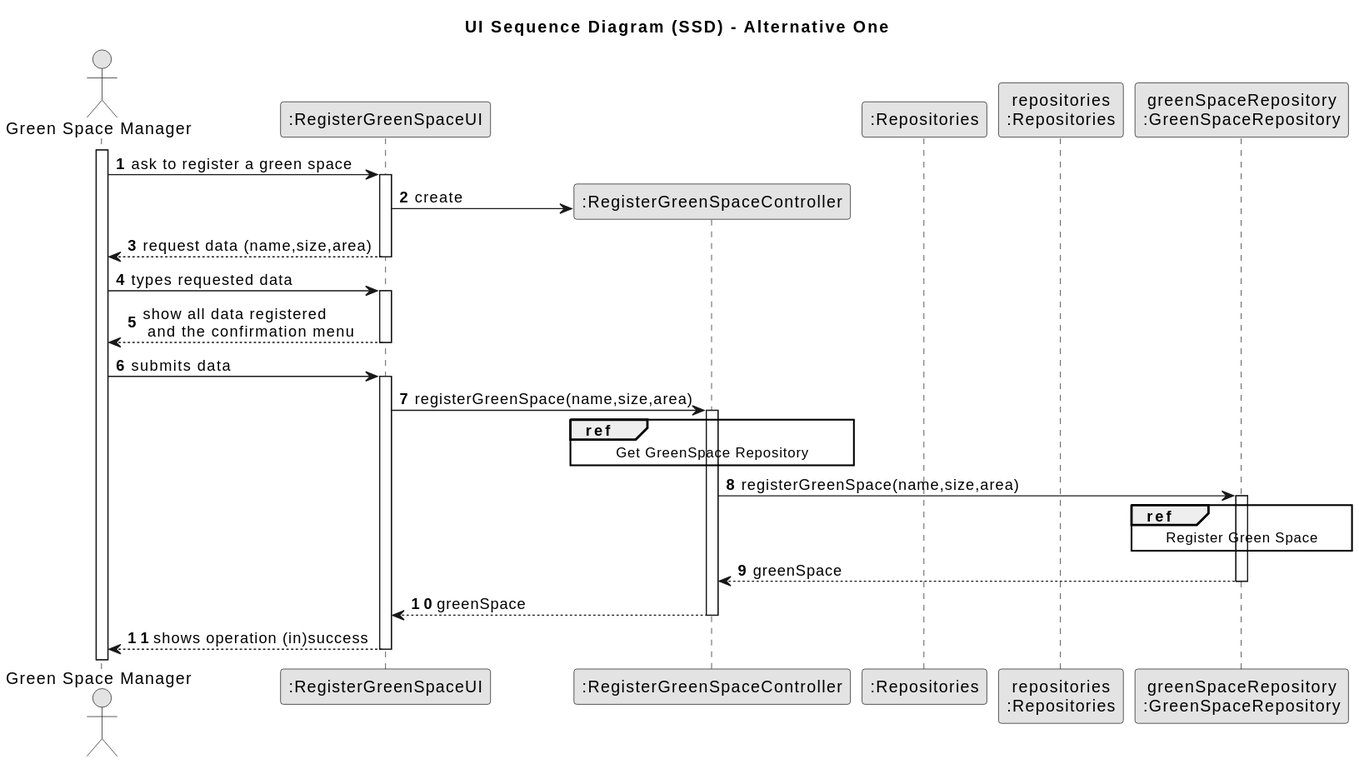
Above: docs/sprintC/us020/03.design/svg/us020-sequence-diagram-split.svg in SAEmanuel/Green_Spaces_Management_ISEP (PlantUML), before the change. Its diagram source:
```plantuml
@startuml
skinparam monochrome true
skinparam packageStyle rectangle
skinparam shadowing false

title UI Sequence Diagram (SSD) - Alternative One

autonumber

actor "Green Space Manager" as Employee
participant ":RegisterGreenSpaceUI" as UI
participant ":RegisterGreenSpaceController" as CTRL
participant ":Repositories" as RepositorySingleton
participant "repositories\n:Repositories" as PLAT
participant "greenSpaceRepository\n:GreenSpaceRepository" as greenSpaceRepository


activate Employee

    Employee -> UI : ask to register a green space
    activate UI

    UI -> CTRL** : create

        UI --> Employee : request data (name,size,area)
    deactivate UI

    Employee -> UI : types requested data

    activate UI

        UI --> Employee : show all data registered\n and the confirmation menu
    deactivate UI

    Employee -> UI : submits data
    activate UI

    UI -> CTRL : registerGreenSpace(name,size,area)
    activate CTRL

    ref over CTRL
    Get GreenSpace Repository
    end ref

    CTRL -> greenSpaceRepository : registerGreenSpace(name,size,area)
    activate greenSpaceRepository


    ref over greenSpaceRepository
    Register Green Space
    end ref



    greenSpaceRepository --> CTRL : greenSpace
    deactivate greenSpaceRepository
    CTRL --> UI : greenSpace
    deactivate CTRL

        UI --> Employee : shows operation (in)success
    deactivate UI
@enduml
```
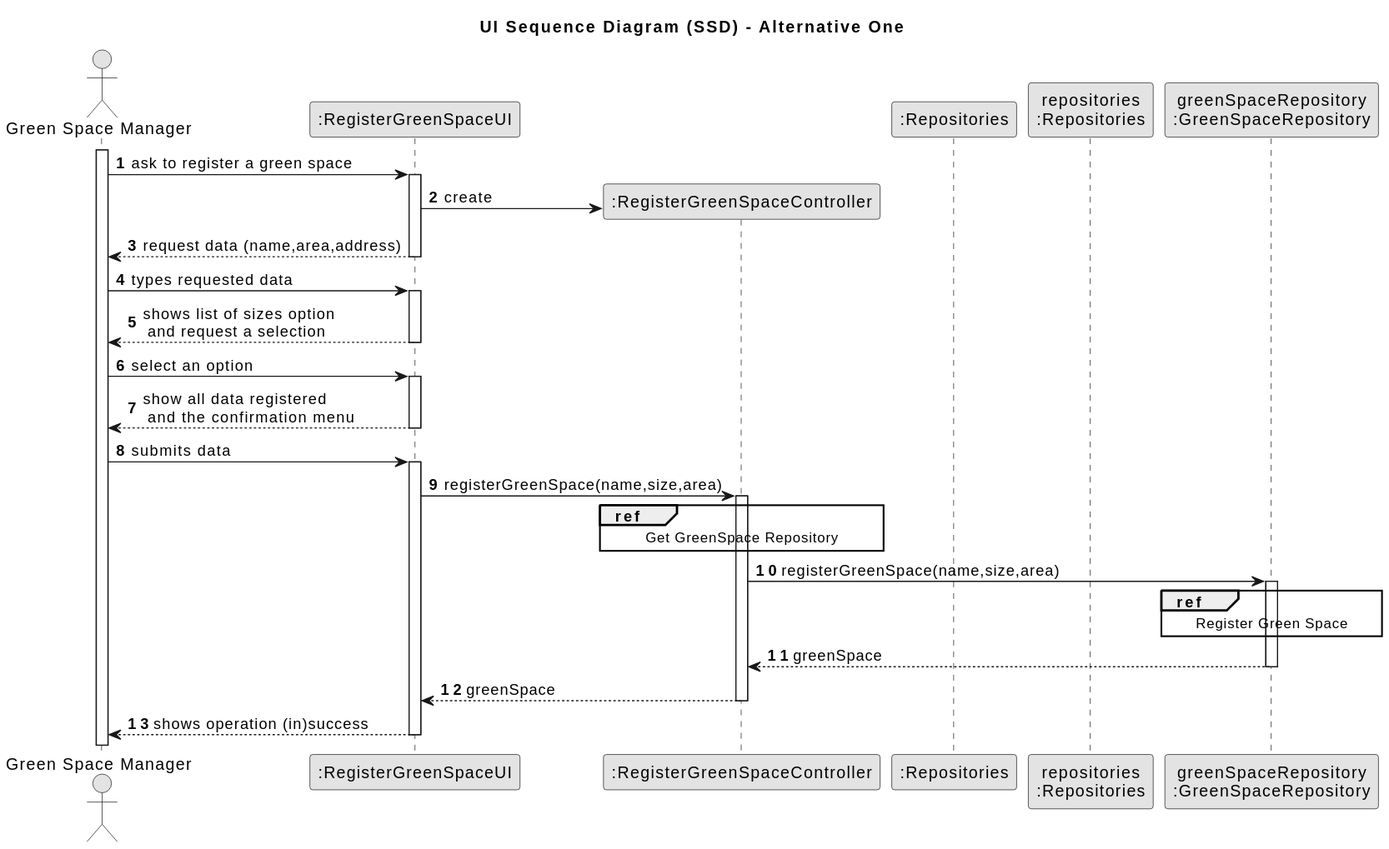
The same diagram one commit later.

The edit, as a diff of the source:
```diff
@@ -22,12 +22,21 @@
 
     UI -> CTRL** : create
 
-        UI --> Employee : request data (name,size,area)
+        UI --> Employee : request data (name,area,address)
     deactivate UI
 
     Employee -> UI : types requested data
 
     activate UI
+
+            UI --> Employee : shows list of sizes option\n and request a selection
+        deactivate UI
+
+        Employee -> UI : select an option
+
+
+
+        activate UI
 
         UI --> Employee : show all data registered\n and the confirmation menu
     deactivate UI
```
